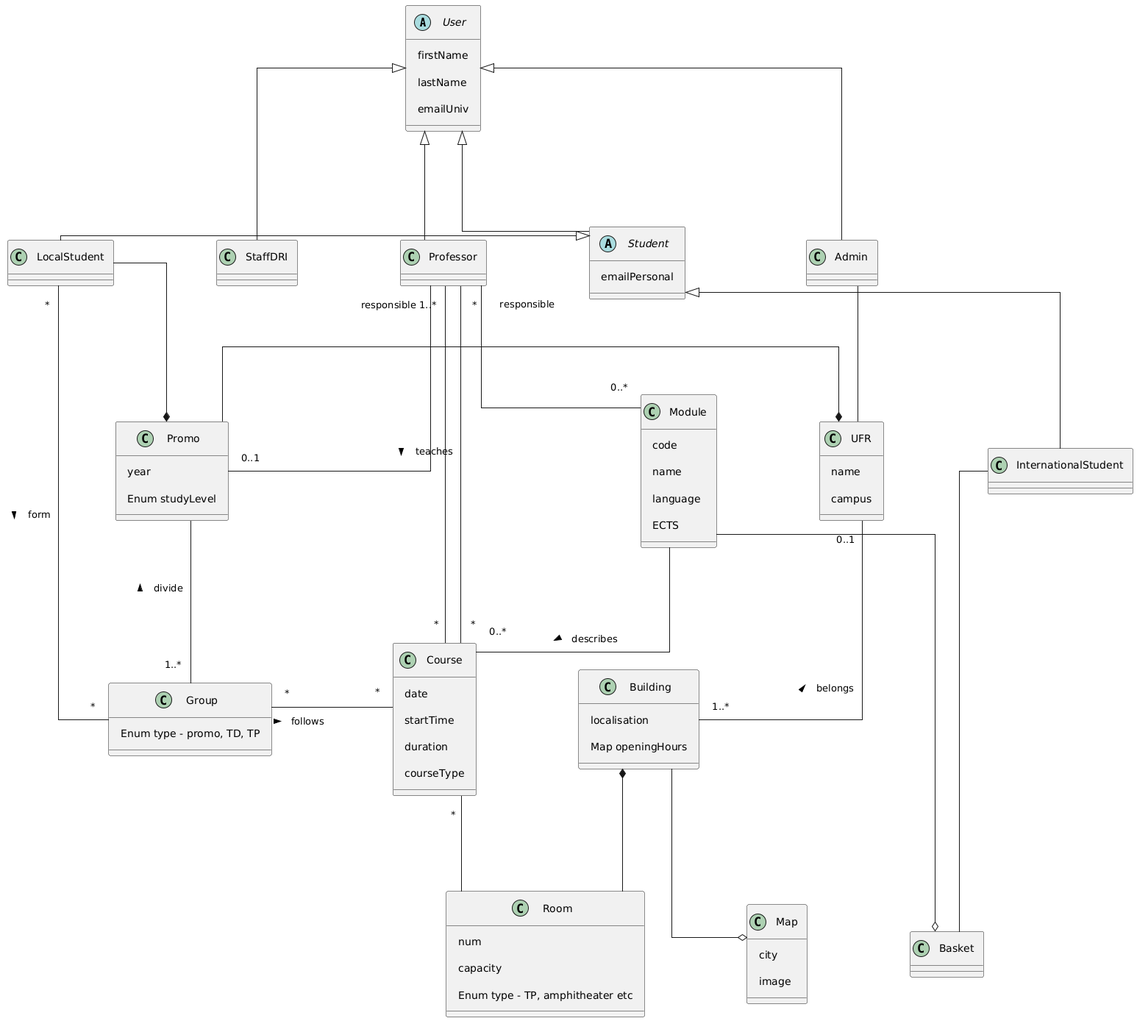
This is diagrams/ClassesDiagramCompetitiveVersion.png from JoshuaDixon23/Hyperplanning, a PlantUML export, as it was before one commit.
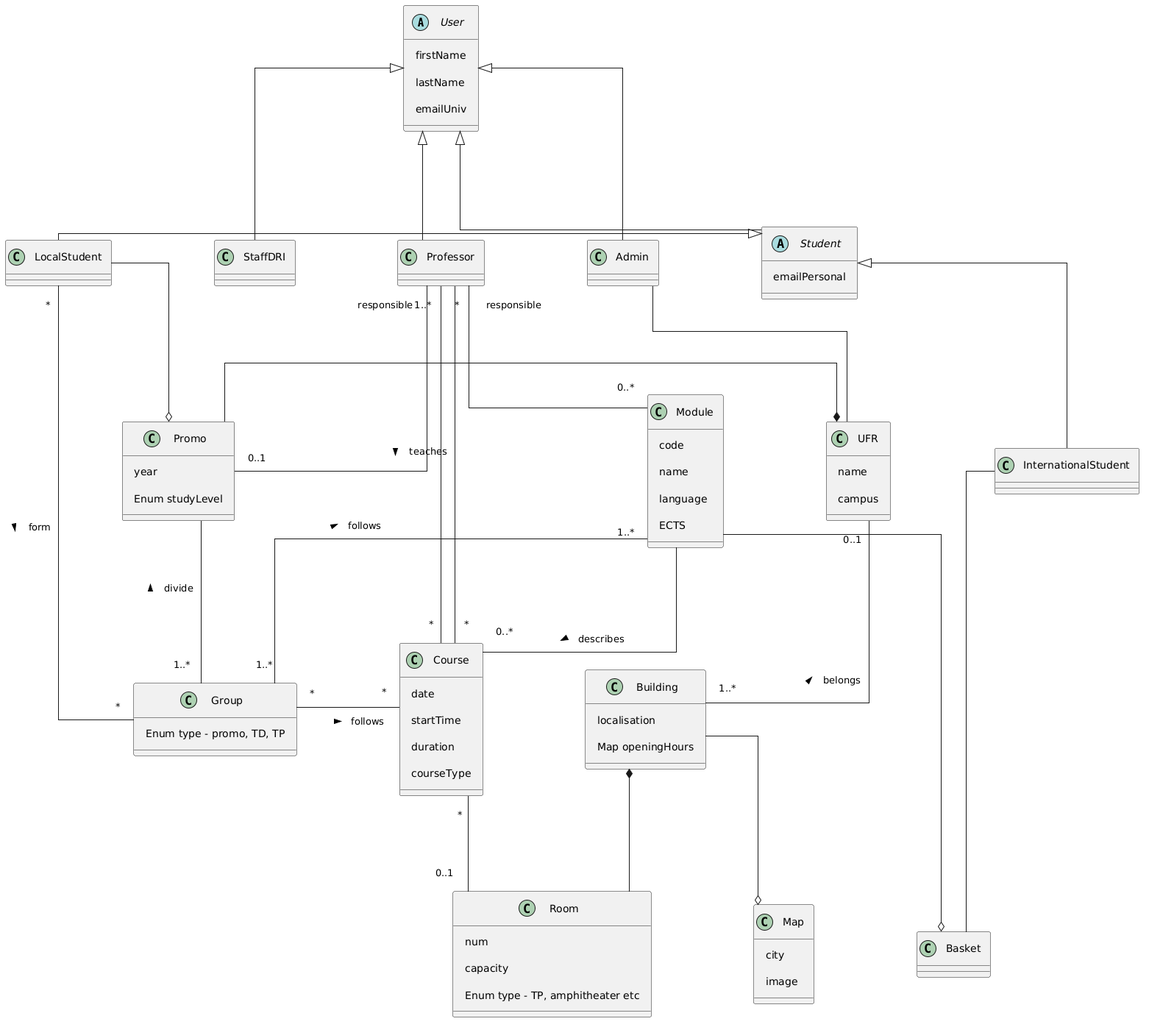
After the commit.

Commit message:
Change of DiagramClass with Ugo

Change to the diagram source:
```diff
@@ -110,7 +110,7 @@
 Professor "responsible" -r- "0..*" Module
 Professor "1..*" -d- "*" Course
 
-LocalStudent -d-* Promo
+LocalStudent -d-o Promo
 LocalStudent "*"-d-"*" Group : form >
 
 Module-d- "0..*" Course : describes >
@@ -119,12 +119,13 @@
 
 UFR *-l- Promo
 
+Group "1..*" -r- "1..*" Module : follows >
 
 Building *-d- Room
 Building -r-o Map
 Building "1..*" -l- "0..1" UFR : belongs >
 
-Room -u- "*" Course
+Room "0..1"-u-"*" Course
 
 Professor "*"--"*" Course : teaches >
 Group "*"--"*" Course : follows >
```
